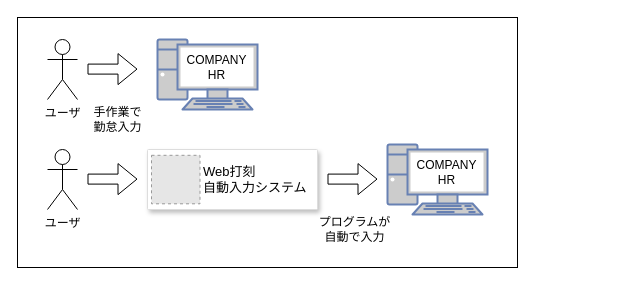
Earlier version of the draw.io diagram doc/drawio/Web打刻自動入力システム概要図.drawio (euphmat/AutoWebDakoku). Source tidied: cells renumbered, new cells numbered last; positions are measured from the earlier drawing's top-left corner, leaving out a move shared by most shapes. Both pictures are drawn from the tidied source at 100%, with x=0, y=0 at pixel (17, 17). Pictures stored in the file or linked from it are replaced by grey dashed boxes.
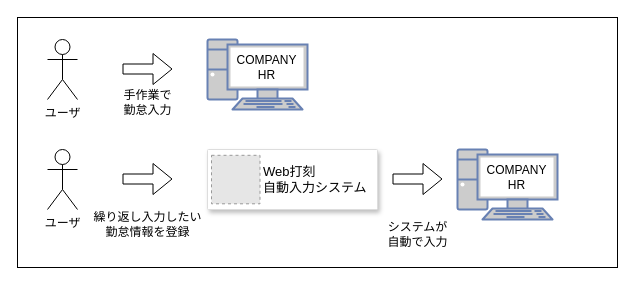
After the change.

Change to the diagram source:
```diff
@@
-<mxGraphModel>
+<mxGraphModel background="#ffffff">
@@
     <mxCell id="2" style="rounded=0;whiteSpace=wrap;html=1;" parent="1" vertex="1">
-      <mxGeometry width="500" height="250" as="geometry" />
+      <mxGeometry width="600" height="250" as="geometry" />
     </mxCell>
@@
     <mxCell id="4" style="fontColor=#0066CC;verticalAlign=top;verticalLabelPosition=bottom;labelPosition=center;align=center;html=1;fillColor=#CCCCCC;strokeColor=#6881B3;gradientColor=none;gradientDirection=north;strokeWidth=2;shape=mxgraph.networks.pc;" parent="1" vertex="1">
-      <mxGeometry x="140" y="22" width="100" height="70" as="geometry" />
+      <mxGeometry x="190" y="22" width="100" height="70" as="geometry" />
     </mxCell>
     <mxCell id="5" style="shape=flexArrow;endArrow=classic;html=1;" parent="1" edge="1">
       <mxGeometry relative="1" as="geometry">
-        <mxPoint x="70" y="51.6" as="sourcePoint" />
-        <mxPoint x="120" y="51.6" as="targetPoint" />
+        <mxPoint x="105" y="51.5" as="sourcePoint" />
+        <mxPoint x="155" y="51.5" as="targetPoint" />
       </mxGeometry>
     </mxCell>
     <mxCell id="6" value="手作業で&lt;br&gt;勤怠入力" style="text;html=1;align=center;verticalAlign=middle;" parent="1" vertex="1">
-      <mxGeometry x="70" y="87" width="60" height="30" as="geometry" />
+      <mxGeometry x="100" y="70" width="60" height="30" as="geometry" />
     </mxCell>
     <mxCell id="7" style="strokeColor=#dddddd;shadow=1;strokeWidth=1;rounded=1;absoluteArcSize=1;arcSize=2;" parent="1" vertex="1">
-      <mxGeometry x="130" y="132" width="170" height="60" as="geometry" />
+      <mxGeometry x="190" y="132" width="170" height="60" as="geometry" />
     </mxCell>
@@
     <mxCell id="11" style="fontColor=#0066CC;verticalAlign=top;verticalLabelPosition=bottom;labelPosition=center;align=center;html=1;fillColor=#CCCCCC;strokeColor=#6881B3;gradientColor=none;gradientDirection=north;strokeWidth=2;shape=mxgraph.networks.pc;" parent="1" vertex="1">
-      <mxGeometry x="370" y="127" width="100" height="70" as="geometry" />
+      <mxGeometry x="440" y="132" width="100" height="70" as="geometry" />
     </mxCell>
     <mxCell id="12" style="shape=flexArrow;endArrow=classic;html=1;" parent="1" edge="1">
       <mxGeometry relative="1" as="geometry">
-        <mxPoint x="70" y="161.6" as="sourcePoint" />
-        <mxPoint x="120" y="161.6" as="targetPoint" />
+        <mxPoint x="105" y="161.5" as="sourcePoint" />
+        <mxPoint x="155" y="161.5" as="targetPoint" />
       </mxGeometry>
     </mxCell>
-    <mxCell id="13" value="プログラムが&lt;br&gt;自動で入力" style="text;html=1;align=center;verticalAlign=middle;" parent="1" vertex="1">
-      <mxGeometry x="292" y="197" width="90" height="30" as="geometry" />
+    <mxCell id="13" value="システムが&lt;br&gt;自動で入力" style="text;html=1;align=center;verticalAlign=middle;" parent="1" vertex="1">
+      <mxGeometry x="360" y="202" width="80" height="30" as="geometry" />
     </mxCell>
     <mxCell id="14" style="shape=flexArrow;endArrow=classic;html=1;" parent="1" edge="1">
       <mxGeometry relative="1" as="geometry">
-        <mxPoint x="310" y="161.6" as="sourcePoint" />
-        <mxPoint x="360" y="161.6" as="targetPoint" />
+        <mxPoint x="375" y="161.5" as="sourcePoint" />
+        <mxPoint x="425" y="161.5" as="targetPoint" />
       </mxGeometry>
     </mxCell>
     <mxCell id="15" value="COMPANY&lt;br&gt;HR" style="text;html=1;align=center;verticalAlign=middle;" parent="1" vertex="1">
-      <mxGeometry x="394" y="140" width="70" height="30" as="geometry" />
+      <mxGeometry x="464" y="145" width="70" height="30" as="geometry" />
     </mxCell>
     <mxCell id="16" value="COMPANY&lt;br&gt;HR" style="text;html=1;align=center;verticalAlign=middle;" parent="1" vertex="1">
-      <mxGeometry x="164" y="35" width="70" height="30" as="geometry" />
+      <mxGeometry x="214" y="35" width="70" height="30" as="geometry" />
     </mxCell>
+    <mxCell id="17" value="繰り返し入力したい&lt;br&gt;勤怠情報を登録" style="text;html=1;align=center;verticalAlign=middle;" parent="1" vertex="1">
+      <mxGeometry x="70" y="192" width="120" height="30" as="geometry" />
+    </mxCell>
```
